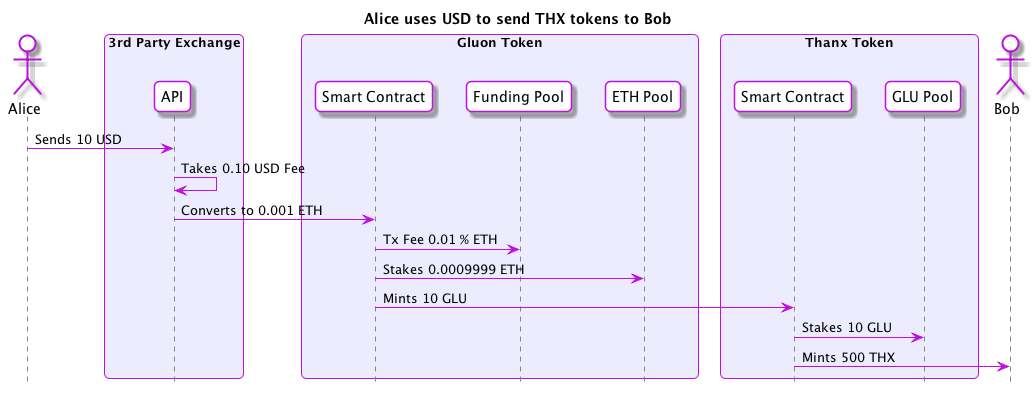
Above: flows/a-usd-to-thx-b.png in gluon-project/gluon-specs (PlantUML), before the change. Source of this version:
```plantuml
@startuml
skinparam roundcorner 10
skinparam BoxPadding 10
skinparam headerFontColor #BD10E0
skinparam headerFontSize 18
skinparam sequence {
  ArrowColor #BD10E0
  GroupBackgroundColor #BD10E0
  GroupBorderColor #EDECFF
  GroupHeaderFontColor #ffffff
  BoxBorderColor #BD10E0
  BoxBackgroundColor #EDECFF
  BoxPadding 10

  ParticipantBorderColor #BD10E0
  ParticipantBackgroundColor #ffffff
  ParticipantPadding 10

  ActorBorderColor #BD10E0
  ActorBackgroundColor #ffffff
  EntityBorderColor #BD10E0
  EntityBackgroundColor #ffffff
  DatabaseBorderColor #BD10E0
  DatabaseBackgroundColor #ffffff

  LifeLineBorderColor #878787
}

hide footbox
title Alice uses USD to send THX tokens to Bob
actor Alice
box "3rd Party Exchange"
  participant "API" as Exchange
end box
box "Gluon Token"
  participant "Smart Contract" as GluonSC
  participant "Funding Pool" as FundingPool
  participant "ETH Pool" as ETHPool
end box
box "Thanx Token"
  participant "Smart Contract" as ThanxSC
  participant "GLU Pool" as THXGLUPool
end box
actor Bob

Alice -> Exchange : Sends 10 USD
Exchange -> Exchange : Takes 0.10 USD Fee
Exchange -> GluonSC : Converts to 0.001 ETH
GluonSC -> FundingPool : Tx Fee 0.01 % ETH
GluonSC -> ETHPool : Stakes 0.0009999 ETH
GluonSC -> ThanxSC : Mints 10 GLU
ThanxSC -> THXGLUPool : Stakes 10 GLU
ThanxSC -> Bob : Mints 500 THX

@enduml
```
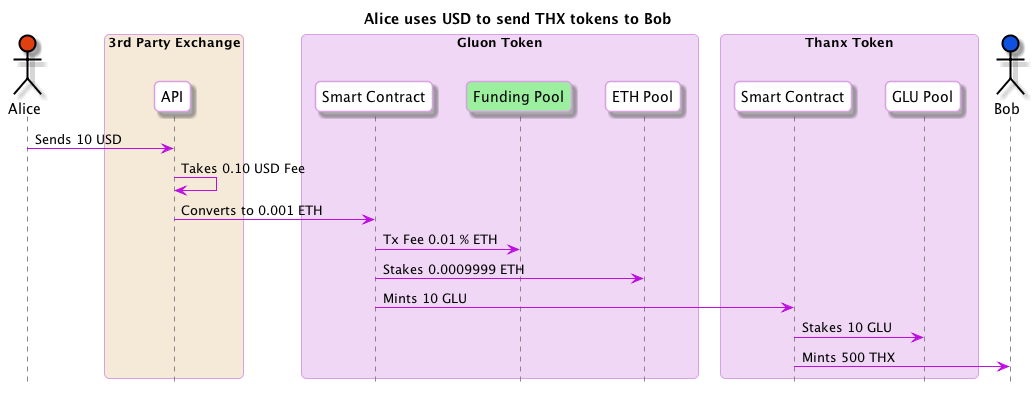
The same file after the commit.

Diff of the diagram source:
```diff
@@ -5,43 +5,41 @@
 skinparam headerFontSize 18
 skinparam sequence {
   ArrowColor #BD10E0
-  GroupBackgroundColor #BD10E0
-  GroupBorderColor #EDECFF
-  GroupHeaderFontColor #ffffff
-  BoxBorderColor #BD10E0
-  BoxBackgroundColor #EDECFF
+
+  BoxBorderColor #D9A1E4
+  BoxBackgroundColor #F0D7F5
   BoxPadding 10
 
-  ParticipantBorderColor #BD10E0
+  ParticipantBorderColor #D9A1E4
   ParticipantBackgroundColor #ffffff
   ParticipantPadding 10
 
-  ActorBorderColor #BD10E0
+  ActorBorderColor #000000
   ActorBackgroundColor #ffffff
+
   EntityBorderColor #BD10E0
   EntityBackgroundColor #ffffff
-  DatabaseBorderColor #BD10E0
-  DatabaseBackgroundColor #ffffff
+
 
   LifeLineBorderColor #878787
 }
 
 hide footbox
 title Alice uses USD to send THX tokens to Bob
-actor Alice
-box "3rd Party Exchange"
+actor Alice #E03F10
+box "3rd Party Exchange" #F5E9D7
   participant "API" as Exchange
 end box
 box "Gluon Token"
   participant "Smart Contract" as GluonSC
-  participant "Funding Pool" as FundingPool
+  participant "Funding Pool" as FundingPool #9CEF9F
   participant "ETH Pool" as ETHPool
 end box
 box "Thanx Token"
   participant "Smart Contract" as ThanxSC
   participant "GLU Pool" as THXGLUPool
 end box
-actor Bob
+actor Bob #1051E0
 
 Alice -> Exchange : Sends 10 USD
 Exchange -> Exchange : Takes 0.10 USD Fee
```
